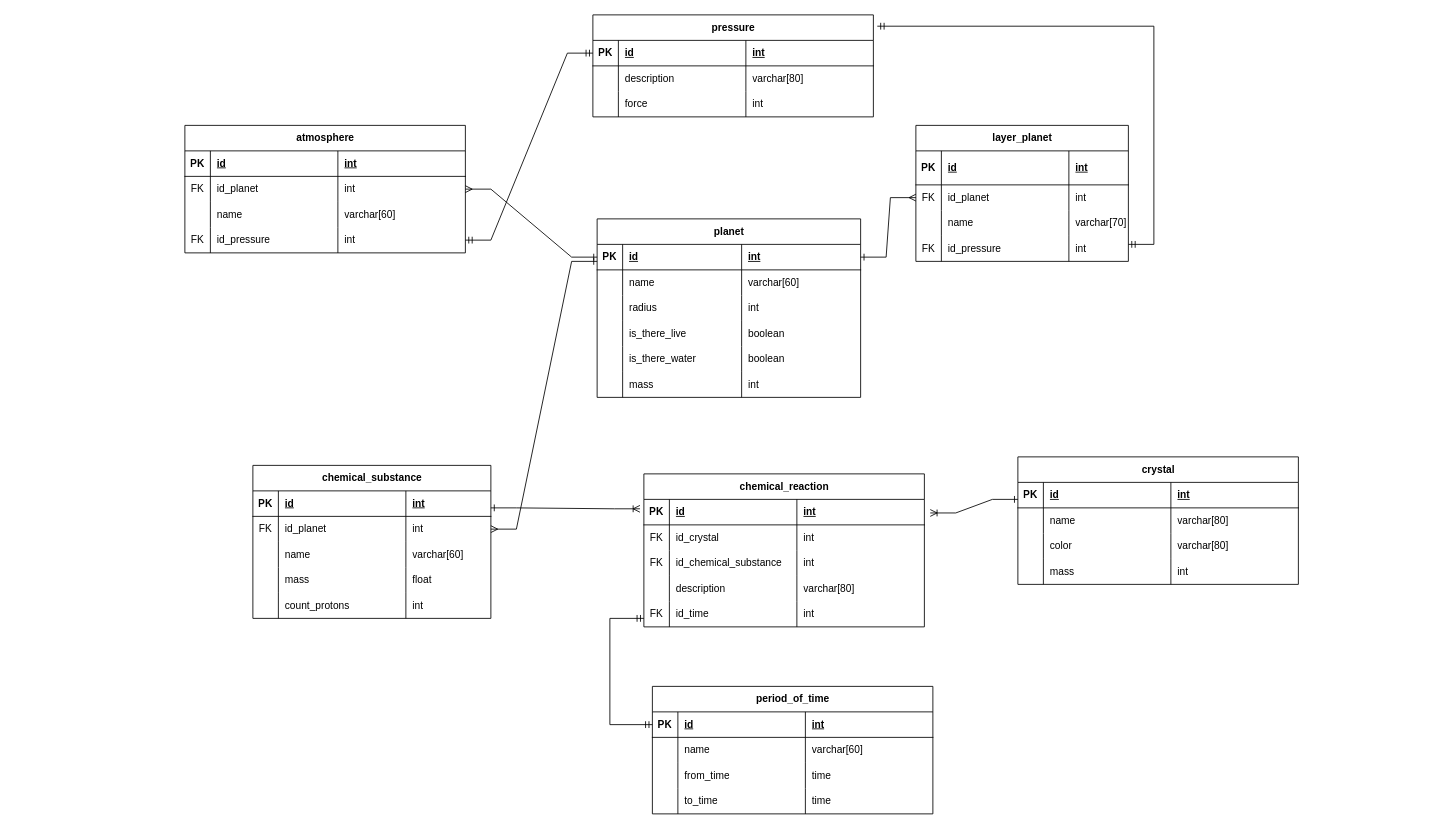
Before: e.drawio in Timur312o4/Data-base, a draw.io diagram. Source tidied: cells renumbered, new cells numbered last; positions are measured from the earlier drawing's top-left corner, leaving out a move shared by most shapes. Both pictures are drawn from the tidied source at 85%, with x=0, y=0 at pixel (184, 14).
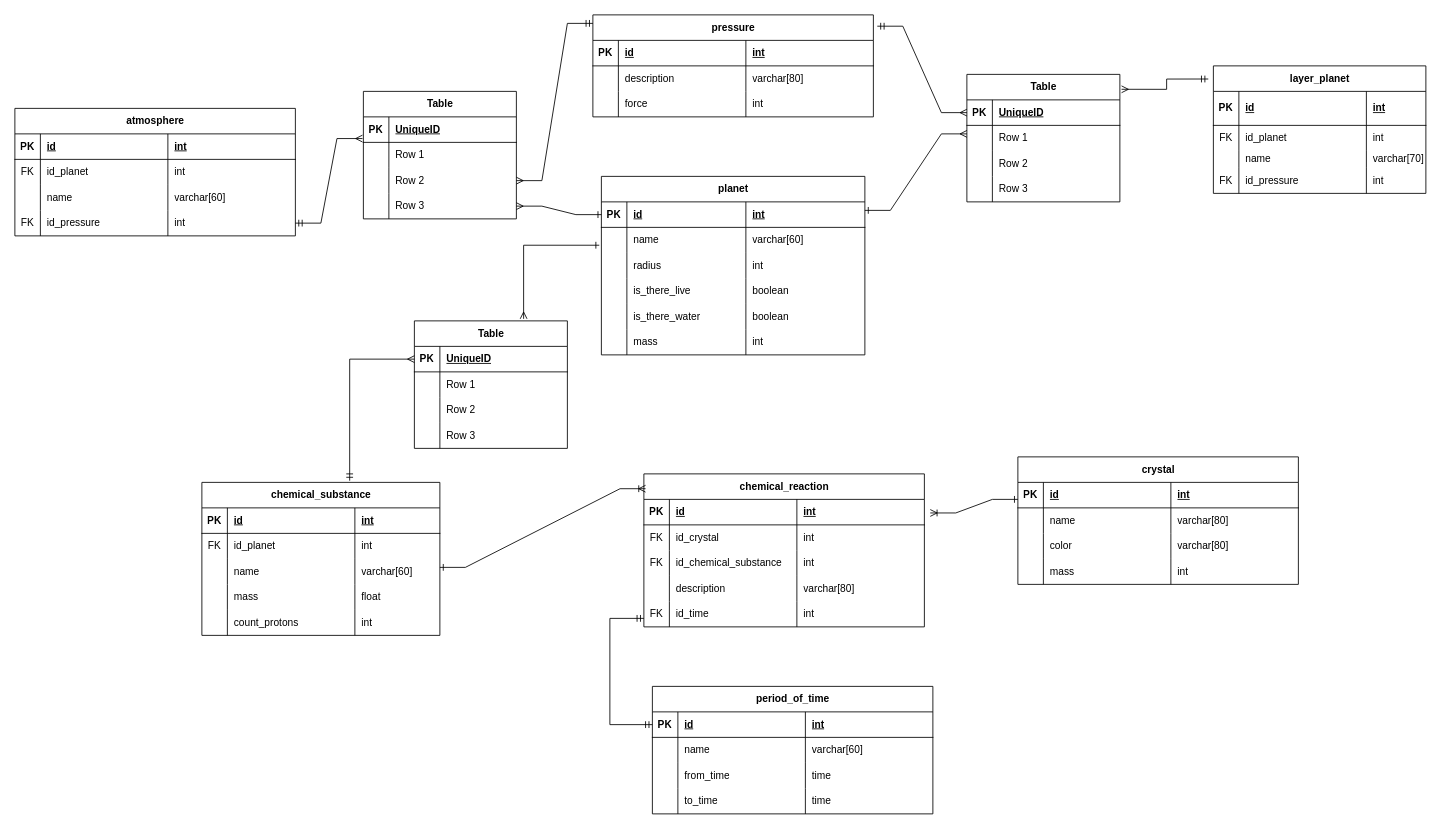
After the change.

Unchanged cells that the change refers to:
```xml
<mxCell id="4" style="shape=tableRow;horizontal=0;startSize=0;swimlaneHead=0;swimlaneBody=0;fillColor=none;points=[[0,0.5],[1,0.5]];portConstraint=eastwest;top=0;left=0;right=0;bottom=1;" parent="3" vertex="1">
  <mxGeometry y="30" width="310" height="30" as="geometry" />
</mxCell>
<mxCell id="8" style="shape=tableRow;horizontal=0;startSize=0;swimlaneHead=0;swimlaneBody=0;fillColor=none;points=[[0,0.5],[1,0.5]];portConstraint=eastwest;top=0;left=0;right=0;bottom=0;" parent="3" vertex="1">
  <mxGeometry y="60" width="310" height="30" as="geometry" />
</mxCell>
<mxCell id="28" value="pressure" style="shape=table;startSize=30;childLayout=tableLayout;rowLines=0;fontStyle=1;align=center;html=1;" parent="1" vertex="1">
  <mxGeometry x="480" width="330" height="120" as="geometry" />
</mxCell>
<mxCell id="29" style="shape=tableRow;horizontal=0;startSize=0;swimlaneHead=0;swimlaneBody=0;fillColor=none;points=[[0,0.5],[1,0.5]];portConstraint=eastwest;top=0;left=0;right=0;bottom=1;" parent="28" vertex="1">
  <mxGeometry y="30" width="330" height="30" as="geometry" />
</mxCell>
<mxCell id="46" style="shape=tableRow;horizontal=0;startSize=0;swimlaneHead=0;swimlaneBody=0;fillColor=none;points=[[0,0.5],[1,0.5]];portConstraint=eastwest;top=0;left=0;right=0;bottom=0;" parent="41" vertex="1">
  <mxGeometry y="70" width="250" height="30" as="geometry" />
</mxCell>
<mxCell id="63" style="shape=tableRow;horizontal=0;startSize=0;swimlaneHead=0;swimlaneBody=0;fillColor=none;points=[[0,0.5],[1,0.5]];portConstraint=eastwest;top=0;left=0;right=0;bottom=0;" parent="58" vertex="1">
  <mxGeometry y="60" width="330" height="30" as="geometry" />
</mxCell>
<mxCell id="71" style="shape=tableRow;horizontal=0;startSize=0;swimlaneHead=0;swimlaneBody=0;fillColor=none;points=[[0,0.5],[1,0.5]];portConstraint=eastwest;top=0;left=0;right=0;bottom=0;" parent="58" vertex="1">
  <mxGeometry y="120" width="330" height="30" as="geometry" />
</mxCell>
<mxCell id="80" style="shape=tableRow;horizontal=0;startSize=0;swimlaneHead=0;swimlaneBody=0;fillColor=none;points=[[0,0.5],[1,0.5]];portConstraint=eastwest;top=0;left=0;right=0;bottom=0;" parent="75" vertex="1">
  <mxGeometry y="60" width="280" height="30" as="geometry" />
</mxCell>
<mxCell id="96" value="chemical_reaction" style="shape=table;startSize=30;childLayout=tableLayout;rowLines=0;fontStyle=1;align=center;html=1;" parent="1" vertex="1">
  <mxGeometry x="540" y="540" width="330" height="180" as="geometry" />
</mxCell>
<mxCell id="97" style="shape=tableRow;horizontal=0;startSize=0;swimlaneHead=0;swimlaneBody=0;fillColor=none;points=[[0,0.5],[1,0.5]];portConstraint=eastwest;top=0;left=0;right=0;bottom=1;" parent="96" vertex="1">
  <mxGeometry y="30" width="330" height="30" as="geometry" />
</mxCell>
```

Diff of the diagram source:
```diff
@@
-    <mxCell id="2" style="edgeStyle=entityRelationEdgeStyle;fontSize=12;html=1;endArrow=ERone;startArrow=ERmany;rounded=0;endFill=0;exitX=1;exitY=0.5;exitDx=0;exitDy=0;" parent="1" edge="1" source="80">
+    <mxCell id="2" style="edgeStyle=elbowEdgeStyle;fontSize=12;html=1;endArrow=ERone;startArrow=ERmany;rounded=0;endFill=0;elbow=vertical;exitX=0.714;exitY=-0.016;exitDx=0;exitDy=0;exitPerimeter=0;entryX=-0.008;entryY=0.705;entryDx=0;entryDy=0;entryPerimeter=0;" parent="1" edge="1" source="172" target="8">
       <mxGeometry relative="1" as="geometry">
-        <mxPoint x="485" y="290" as="targetPoint" />
+        <Array as="points">
+          <mxPoint x="390" y="271" />
+        </Array>
       </mxGeometry>
     </mxCell>
     <mxCell id="3" value="planet" style="shape=table;startSize=30;childLayout=tableLayout;rowLines=0;fontStyle=1;align=center;html=1;verticalAlign=middle;horizontal=1;fontFamily=Helvetica;labelBorderColor=none;labelBackgroundColor=none;" parent="1" vertex="1">
-      <mxGeometry x="485" y="240" width="310" height="210" as="geometry" />
+      <mxGeometry x="490" y="190" width="310" height="210" as="geometry" />
     </mxCell>
@@
+    <mxCell id="158" style="edgeStyle=orthogonalEdgeStyle;rounded=0;jettySize=auto;html=1;entryX=1.011;entryY=0.117;entryDx=0;entryDy=0;endArrow=ERmany;endFill=0;startArrow=ERmandOne;startFill=0;exitX=-0.024;exitY=0.103;exitDx=0;exitDy=0;exitPerimeter=0;entryPerimeter=0;" parent="1" edge="1" source="41" target="185">
+      <mxGeometry relative="1" as="geometry" />
+    </mxCell>
     <mxCell id="41" value="layer_planet" style="shape=table;startSize=30;childLayout=tableLayout;rowLines=0;fontStyle=1;align=center;html=1;" parent="1" vertex="1">
-      <mxGeometry x="860" y="130" width="250" height="160" as="geometry" />
+      <mxGeometry x="1210" y="60" width="250" height="150" as="geometry" />
     </mxCell>
@@
     <mxCell id="50" style="shape=tableRow;horizontal=0;startSize=0;swimlaneHead=0;swimlaneBody=0;fillColor=none;top=0;left=0;right=0;bottom=0;" parent="41" vertex="1">
-      <mxGeometry y="100" width="250" height="30" as="geometry" />
+      <mxGeometry y="100" width="250" height="20" as="geometry" />
     </mxCell>
     <mxCell id="51" style="shape=partialRectangle;fillColor=none;top=0;left=0;bottom=0;right=0;overflow=hidden;whiteSpace=wrap;html=1;" parent="50" vertex="1">
-      <mxGeometry width="30" height="30" as="geometry" />
+      <mxGeometry width="30" height="20" as="geometry" />
     </mxCell>
     <mxCell id="52" value="name" style="shape=partialRectangle;fillColor=none;top=0;left=0;bottom=0;right=0;align=left;spacingLeft=6;overflow=hidden;whiteSpace=wrap;html=1;" parent="50" vertex="1">
-      <mxGeometry x="30" width="150" height="30" as="geometry" />
+      <mxGeometry x="30" width="150" height="20" as="geometry" />
     </mxCell>
     <mxCell id="53" value="varchar[70]" style="shape=partialRectangle;fillColor=none;top=0;left=0;bottom=0;right=0;align=left;spacingLeft=6;overflow=hidden;whiteSpace=wrap;html=1;" parent="50" vertex="1">
-      <mxGeometry x="180" width="70" height="30" as="geometry" />
+      <mxGeometry x="180" width="70" height="20" as="geometry" />
     </mxCell>
     <mxCell id="54" style="shape=tableRow;horizontal=0;startSize=0;swimlaneHead=0;swimlaneBody=0;fillColor=none;top=0;left=0;right=0;bottom=0;" parent="41" vertex="1">
-      <mxGeometry y="130" width="250" height="30" as="geometry" />
+      <mxGeometry y="120" width="250" height="30" as="geometry" />
     </mxCell>
@@
     <mxCell id="58" value="atmosphere" style="shape=table;startSize=30;childLayout=tableLayout;rowLines=0;fontStyle=1;align=center;html=1;" parent="1" vertex="1">
-      <mxGeometry y="130" width="330" height="150" as="geometry" />
+      <mxGeometry x="-200" y="110" width="330" height="150" as="geometry" />
     </mxCell>
@@
     <mxCell id="75" value="chemical_substance" style="shape=table;startSize=30;childLayout=tableLayout;rowLines=0;fontStyle=1;align=center;html=1;" parent="1" vertex="1">
-      <mxGeometry x="80" y="530" width="280" height="180" as="geometry" />
+      <mxGeometry x="20" y="550" width="280" height="180" as="geometry" />
     </mxCell>
@@
-    <mxCell id="151" style="edgeStyle=entityRelationEdgeStyle;fontSize=12;html=1;endArrow=ERoneToMany;startArrow=ERone;rounded=0;startFill=0;entryX=-0.014;entryY=0.37;entryDx=0;entryDy=0;entryPerimeter=0;" parent="1" edge="1" target="97">
+    <mxCell id="151" style="edgeStyle=entityRelationEdgeStyle;fontSize=12;html=1;endArrow=ERoneToMany;startArrow=ERone;rounded=0;startFill=0;entryX=0.006;entryY=0.097;entryDx=0;entryDy=0;entryPerimeter=0;" parent="1" edge="1" target="96">
       <mxGeometry relative="1" as="geometry">
-        <mxPoint x="360" y="580" as="sourcePoint" />
+        <mxPoint x="300" y="650" as="sourcePoint" />
         <Array as="points">
-          <mxPoint x="530" y="580" />
+          <mxPoint x="470" y="650" />
         </Array>
       </mxGeometry>
     </mxCell>
@@
-    <mxCell id="154" style="edgeStyle=entityRelationEdgeStyle;fontSize=12;html=1;endArrow=ERone;startArrow=ERmany;rounded=0;endFill=0;exitX=1;exitY=0.5;exitDx=0;exitDy=0;entryX=0;entryY=0.5;entryDx=0;entryDy=0;" parent="1" edge="1" source="63" target="4">
+    <mxCell id="154" style="edgeStyle=entityRelationEdgeStyle;fontSize=12;html=1;endArrow=ERone;startArrow=ERmany;rounded=0;endFill=0;exitX=1;exitY=0.5;exitDx=0;exitDy=0;entryX=0;entryY=0.5;entryDx=0;entryDy=0;" parent="1" edge="1" source="169" target="4">
       <mxGeometry relative="1" as="geometry">
         <Array as="points">
+          <mxPoint x="390" y="250" />
+          <mxPoint x="460" y="180" />
+          <mxPoint x="470" y="180" />
+          <mxPoint x="410" y="220" />
           <mxPoint x="380" y="270" />
         </Array>
       </mxGeometry>
     </mxCell>
-    <mxCell id="155" style="edgeStyle=entityRelationEdgeStyle;fontSize=12;html=1;endArrow=ERmany;startArrow=ERone;rounded=0;endFill=0;startFill=0;exitX=1;exitY=0.5;exitDx=0;exitDy=0;entryX=0;entryY=0.5;entryDx=0;entryDy=0;" parent="1" edge="1" source="4" target="46">
+    <mxCell id="155" style="edgeStyle=entityRelationEdgeStyle;fontSize=12;html=1;endArrow=ERmany;startArrow=ERone;rounded=0;endFill=0;startFill=0;exitX=1;exitY=0.5;exitDx=0;exitDy=0;entryX=0;entryY=0.5;entryDx=0;entryDy=0;" parent="1" edge="1">
       <mxGeometry relative="1" as="geometry">
+        <mxPoint x="800" y="230" as="sourcePoint" />
+        <mxPoint x="920" y="140" as="targetPoint" />
         <Array as="points">
-          <mxPoint x="700" y="250" />
-          <mxPoint x="700" y="280" />
-          <mxPoint x="750" y="280" />
-          <mxPoint x="1070" y="95" />
-          <mxPoint x="740" y="180" />
-          <mxPoint x="720" y="160" />
-          <mxPoint x="1100" y="90" />
+          <mxPoint x="700" y="245" />
+          <mxPoint x="700" y="275" />
+          <mxPoint x="750" y="275" />
+          <mxPoint x="1070" y="90" />
+          <mxPoint x="740" y="175" />
+          <mxPoint x="720" y="155" />
+          <mxPoint x="1100" y="85" />
         </Array>
       </mxGeometry>
     </mxCell>
-    <mxCell id="156" style="edgeStyle=entityRelationEdgeStyle;fontSize=12;html=1;endArrow=ERmandOne;startArrow=ERmandOne;rounded=0;exitX=1;exitY=0.5;exitDx=0;exitDy=0;entryX=0;entryY=0.5;entryDx=0;entryDy=0;" parent="1" edge="1" source="71" target="29">
+    <mxCell id="156" style="edgeStyle=entityRelationEdgeStyle;fontSize=12;html=1;endArrow=ERmany;startArrow=ERmandOne;rounded=0;exitX=1;exitY=0.5;exitDx=0;exitDy=0;entryX=-0.006;entryY=0.85;entryDx=0;entryDy=0;endFill=0;entryPerimeter=0;" parent="1" edge="1" source="71" target="160">
       <mxGeometry relative="1" as="geometry">
         <Array as="points">
           <mxPoint x="350" y="240" />
           <mxPoint x="165" y="10" />
         </Array>
       </mxGeometry>
     </mxCell>
-    <mxCell id="157" style="edgeStyle=entityRelationEdgeStyle;fontSize=12;html=1;endArrow=ERmandOne;startArrow=ERmandOne;rounded=0;entryX=1.014;entryY=0.111;entryDx=0;entryDy=0;entryPerimeter=0;" parent="1" edge="1" target="28">
+    <mxCell id="157" style="edgeStyle=entityRelationEdgeStyle;fontSize=12;html=1;endArrow=ERmandOne;startArrow=ERmany;rounded=0;entryX=1.014;entryY=0.111;entryDx=0;entryDy=0;entryPerimeter=0;exitX=0;exitY=0.5;exitDx=0;exitDy=0;endFill=0;startFill=0;" parent="1" edge="1" source="186" target="28">
       <mxGeometry relative="1" as="geometry">
-        <mxPoint x="1110" y="270" as="sourcePoint" />
         <Array as="points">
           <mxPoint x="1170" y="275" />
           <mxPoint x="1047.5" y="245" />
           <mxPoint x="862.5" y="15" />
         </Array>
       </mxGeometry>
     </mxCell>
+    <mxCell id="159" value="Table" style="shape=table;startSize=30;childLayout=tableLayout;rowLines=0;fontStyle=1;align=center;html=1;" parent="1" vertex="1">
+      <mxGeometry x="210" y="90" width="180" height="150" as="geometry" />
+    </mxCell>
+    <mxCell id="160" style="shape=tableRow;horizontal=0;startSize=0;swimlaneHead=0;swimlaneBody=0;fillColor=none;points=[[0,0.5],[1,0.5]];portConstraint=eastwest;top=0;left=0;right=0;bottom=1;" parent="159" vertex="1">
+      <mxGeometry y="30" width="180" height="30" as="geometry" />
+    </mxCell>
+    <mxCell id="161" value="PK" style="shape=partialRectangle;fillColor=none;top=0;left=0;bottom=0;right=0;fontStyle=1;overflow=hidden;whiteSpace=wrap;html=1;" parent="160" vertex="1">
+      <mxGeometry width="30" height="30" as="geometry" />
+    </mxCell>
+    <mxCell id="162" value="UniqueID" style="shape=partialRectangle;fillColor=none;top=0;left=0;bottom=0;right=0;align=left;spacingLeft=6;fontStyle=5;overflow=hidden;whiteSpace=wrap;html=1;" parent="160" vertex="1">
+      <mxGeometry x="30" width="150" height="30" as="geometry" />
+    </mxCell>
+    <mxCell id="163" style="shape=tableRow;horizontal=0;startSize=0;swimlaneHead=0;swimlaneBody=0;fillColor=none;top=0;left=0;right=0;bottom=0;" parent="159" vertex="1">
+      <mxGeometry y="60" width="180" height="30" as="geometry" />
+    </mxCell>
+    <mxCell id="164" style="shape=partialRectangle;fillColor=none;top=0;left=0;bottom=0;right=0;overflow=hidden;whiteSpace=wrap;html=1;" parent="163" vertex="1">
+      <mxGeometry width="30" height="30" as="geometry" />
+    </mxCell>
+    <mxCell id="165" value="Row 1" style="shape=partialRectangle;fillColor=none;top=0;left=0;bottom=0;right=0;align=left;spacingLeft=6;overflow=hidden;whiteSpace=wrap;html=1;" parent="163" vertex="1">
+      <mxGeometry x="30" width="150" height="30" as="geometry" />
+    </mxCell>
+    <mxCell id="166" style="shape=tableRow;horizontal=0;startSize=0;swimlaneHead=0;swimlaneBody=0;fillColor=none;points=[[0,0.5],[1,0.5]];portConstraint=eastwest;top=0;left=0;right=0;bottom=0;" parent="159" vertex="1">
+      <mxGeometry y="90" width="180" height="30" as="geometry" />
+    </mxCell>
+    <mxCell id="167" style="shape=partialRectangle;fillColor=none;top=0;left=0;bottom=0;right=0;overflow=hidden;whiteSpace=wrap;html=1;" parent="166" vertex="1">
+      <mxGeometry width="30" height="30" as="geometry" />
+    </mxCell>
+    <mxCell id="168" value="Row 2" style="shape=partialRectangle;fillColor=none;top=0;left=0;bottom=0;right=0;align=left;spacingLeft=6;overflow=hidden;whiteSpace=wrap;html=1;" parent="166" vertex="1">
+      <mxGeometry x="30" width="150" height="30" as="geometry" />
+    </mxCell>
+    <mxCell id="169" style="shape=tableRow;horizontal=0;startSize=0;swimlaneHead=0;swimlaneBody=0;fillColor=none;points=[[0,0.5],[1,0.5]];portConstraint=eastwest;top=0;left=0;right=0;bottom=0;" parent="159" vertex="1">
+      <mxGeometry y="120" width="180" height="30" as="geometry" />
+    </mxCell>
+    <mxCell id="170" style="shape=partialRectangle;fillColor=none;top=0;left=0;bottom=0;right=0;overflow=hidden;whiteSpace=wrap;html=1;" parent="169" vertex="1">
+      <mxGeometry width="30" height="30" as="geometry" />
+    </mxCell>
+    <mxCell id="171" value="Row 3" style="shape=partialRectangle;fillColor=none;top=0;left=0;bottom=0;right=0;align=left;spacingLeft=6;overflow=hidden;whiteSpace=wrap;html=1;" parent="169" vertex="1">
+      <mxGeometry x="30" width="150" height="30" as="geometry" />
+    </mxCell>
+    <mxCell id="172" value="Table" style="shape=table;startSize=30;childLayout=tableLayout;rowLines=0;fontStyle=1;align=center;html=1;" parent="1" vertex="1">
+      <mxGeometry x="270" y="360" width="180" height="150" as="geometry" />
+    </mxCell>
+    <mxCell id="173" style="shape=tableRow;horizontal=0;startSize=0;swimlaneHead=0;swimlaneBody=0;fillColor=none;points=[[0,0.5],[1,0.5]];portConstraint=eastwest;top=0;left=0;right=0;bottom=1;" parent="172" vertex="1">
+      <mxGeometry y="30" width="180" height="30" as="geometry" />
+    </mxCell>
+    <mxCell id="174" value="PK" style="shape=partialRectangle;fillColor=none;top=0;left=0;bottom=0;right=0;fontStyle=1;overflow=hidden;whiteSpace=wrap;html=1;" parent="173" vertex="1">
+      <mxGeometry width="30" height="30" as="geometry" />
+    </mxCell>
+    <mxCell id="175" value="UniqueID" style="shape=partialRectangle;fillColor=none;top=0;left=0;bottom=0;right=0;align=left;spacingLeft=6;fontStyle=5;overflow=hidden;whiteSpace=wrap;html=1;" parent="173" vertex="1">
+      <mxGeometry x="30" width="150" height="30" as="geometry" />
+    </mxCell>
+    <mxCell id="176" style="shape=tableRow;horizontal=0;startSize=0;swimlaneHead=0;swimlaneBody=0;fillColor=none;top=0;left=0;right=0;bottom=0;" parent="172" vertex="1">
+      <mxGeometry y="60" width="180" height="30" as="geometry" />
+    </mxCell>
+    <mxCell id="177" style="shape=partialRectangle;fillColor=none;top=0;left=0;bottom=0;right=0;overflow=hidden;whiteSpace=wrap;html=1;" parent="176" vertex="1">
+      <mxGeometry width="30" height="30" as="geometry" />
+    </mxCell>
+    <mxCell id="178" value="Row 1" style="shape=partialRectangle;fillColor=none;top=0;left=0;bottom=0;right=0;align=left;spacingLeft=6;overflow=hidden;whiteSpace=wrap;html=1;" parent="176" vertex="1">
+      <mxGeometry x="30" width="150" height="30" as="geometry" />
+    </mxCell>
+    <mxCell id="179" style="shape=tableRow;horizontal=0;startSize=0;swimlaneHead=0;swimlaneBody=0;fillColor=none;top=0;left=0;right=0;bottom=0;" parent="172" vertex="1">
+      <mxGeometry y="90" width="180" height="30" as="geometry" />
+    </mxCell>
+    <mxCell id="180" style="shape=partialRectangle;fillColor=none;top=0;left=0;bottom=0;right=0;overflow=hidden;whiteSpace=wrap;html=1;" parent="179" vertex="1">
+      <mxGeometry width="30" height="30" as="geometry" />
+    </mxCell>
+    <mxCell id="181" value="Row 2" style="shape=partialRectangle;fillColor=none;top=0;left=0;bottom=0;right=0;align=left;spacingLeft=6;overflow=hidden;whiteSpace=wrap;html=1;" parent="179" vertex="1">
+      <mxGeometry x="30" width="150" height="30" as="geometry" />
+    </mxCell>
+    <mxCell id="182" style="shape=tableRow;horizontal=0;startSize=0;swimlaneHead=0;swimlaneBody=0;fillColor=none;top=0;left=0;right=0;bottom=0;" parent="172" vertex="1">
+      <mxGeometry y="120" width="180" height="30" as="geometry" />
+    </mxCell>
+    <mxCell id="183" style="shape=partialRectangle;fillColor=none;top=0;left=0;bottom=0;right=0;overflow=hidden;whiteSpace=wrap;html=1;" parent="182" vertex="1">
+      <mxGeometry width="30" height="30" as="geometry" />
+    </mxCell>
+    <mxCell id="184" value="Row 3" style="shape=partialRectangle;fillColor=none;top=0;left=0;bottom=0;right=0;align=left;spacingLeft=6;overflow=hidden;whiteSpace=wrap;html=1;" parent="182" vertex="1">
+      <mxGeometry x="30" width="150" height="30" as="geometry" />
+    </mxCell>
+    <mxCell id="185" value="Table" style="shape=table;startSize=30;childLayout=tableLayout;rowLines=0;fontStyle=1;align=center;html=1;" parent="1" vertex="1">
+      <mxGeometry x="920" y="70" width="180" height="150" as="geometry" />
+    </mxCell>
+    <mxCell id="186" style="shape=tableRow;horizontal=0;startSize=0;swimlaneHead=0;swimlaneBody=0;fillColor=none;points=[[0,0.5],[1,0.5]];portConstraint=eastwest;top=0;left=0;right=0;bottom=1;" parent="185" vertex="1">
+      <mxGeometry y="30" width="180" height="30" as="geometry" />
+    </mxCell>
+    <mxCell id="187" value="PK" style="shape=partialRectangle;fillColor=none;top=0;left=0;bottom=0;right=0;fontStyle=1;overflow=hidden;whiteSpace=wrap;html=1;" parent="186" vertex="1">
+      <mxGeometry width="30" height="30" as="geometry" />
+    </mxCell>
+    <mxCell id="188" value="UniqueID" style="shape=partialRectangle;fillColor=none;top=0;left=0;bottom=0;right=0;align=left;spacingLeft=6;fontStyle=5;overflow=hidden;whiteSpace=wrap;html=1;" parent="186" vertex="1">
+      <mxGeometry x="30" width="150" height="30" as="geometry" />
+    </mxCell>
+    <mxCell id="189" style="shape=tableRow;horizontal=0;startSize=0;swimlaneHead=0;swimlaneBody=0;fillColor=none;top=0;left=0;right=0;bottom=0;" parent="185" vertex="1">
+      <mxGeometry y="60" width="180" height="30" as="geometry" />
+    </mxCell>
+    <mxCell id="190" style="shape=partialRectangle;fillColor=none;top=0;left=0;bottom=0;right=0;overflow=hidden;whiteSpace=wrap;html=1;" parent="189" vertex="1">
+      <mxGeometry width="30" height="30" as="geometry" />
+    </mxCell>
+    <mxCell id="191" value="Row 1" style="shape=partialRectangle;fillColor=none;top=0;left=0;bottom=0;right=0;align=left;spacingLeft=6;overflow=hidden;whiteSpace=wrap;html=1;" parent="189" vertex="1">
+      <mxGeometry x="30" width="150" height="30" as="geometry" />
+    </mxCell>
+    <mxCell id="192" style="shape=tableRow;horizontal=0;startSize=0;swimlaneHead=0;swimlaneBody=0;fillColor=none;top=0;left=0;right=0;bottom=0;" parent="185" vertex="1">
+      <mxGeometry y="90" width="180" height="30" as="geometry" />
+    </mxCell>
+    <mxCell id="193" style="shape=partialRectangle;fillColor=none;top=0;left=0;bottom=0;right=0;overflow=hidden;whiteSpace=wrap;html=1;" parent="192" vertex="1">
+      <mxGeometry width="30" height="30" as="geometry" />
+    </mxCell>
+    <mxCell id="194" value="Row 2" style="shape=partialRectangle;fillColor=none;top=0;left=0;bottom=0;right=0;align=left;spacingLeft=6;overflow=hidden;whiteSpace=wrap;html=1;" parent="192" vertex="1">
+      <mxGeometry x="30" width="150" height="30" as="geometry" />
+    </mxCell>
+    <mxCell id="195" style="shape=tableRow;horizontal=0;startSize=0;swimlaneHead=0;swimlaneBody=0;fillColor=none;top=0;left=0;right=0;bottom=0;" parent="185" vertex="1">
+      <mxGeometry y="120" width="180" height="30" as="geometry" />
+    </mxCell>
+    <mxCell id="196" style="shape=partialRectangle;fillColor=none;top=0;left=0;bottom=0;right=0;overflow=hidden;whiteSpace=wrap;html=1;" parent="195" vertex="1">
+      <mxGeometry width="30" height="30" as="geometry" />
+    </mxCell>
+    <mxCell id="197" value="Row 3" style="shape=partialRectangle;fillColor=none;top=0;left=0;bottom=0;right=0;align=left;spacingLeft=6;overflow=hidden;whiteSpace=wrap;html=1;" parent="195" vertex="1">
+      <mxGeometry x="30" width="150" height="30" as="geometry" />
+    </mxCell>
+    <mxCell id="198" style="edgeStyle=entityRelationEdgeStyle;fontSize=12;html=1;endArrow=ERmandOne;startArrow=ERmany;rounded=0;exitX=1;exitY=0.5;exitDx=0;exitDy=0;endFill=0;" parent="1" edge="1" source="166">
+      <mxGeometry relative="1" as="geometry">
+        <mxPoint x="480" y="10" as="targetPoint" />
+        <Array as="points">
+          <mxPoint x="320" y="100" />
+        </Array>
+      </mxGeometry>
+    </mxCell>
+    <mxCell id="199" style="edgeStyle=orthogonalEdgeStyle;fontSize=12;html=1;endArrow=ERmany;startArrow=ERmandOne;rounded=0;exitX=0.621;exitY=-0.011;exitDx=0;exitDy=0;exitPerimeter=0;entryX=0;entryY=0.5;entryDx=0;entryDy=0;endFill=0;" parent="1" edge="1" source="75" target="173">
+      <mxGeometry relative="1" as="geometry" />
+    </mxCell>
```
